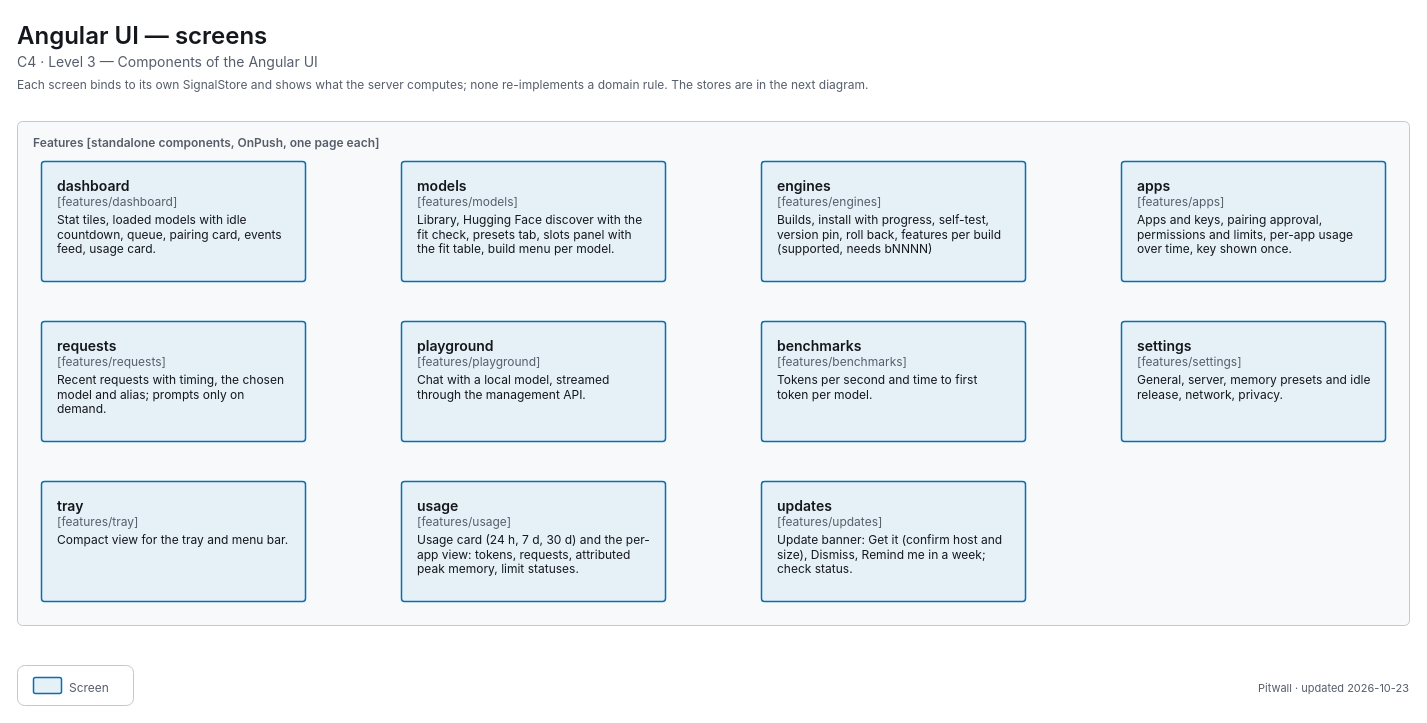
decryp7/paddock keeps this draw.io diagram as apps/pitwall/docs/diagrams/c4-3-ui-features.drawio. Above is the earlier version. Source tidied: cells renumbered, new cells numbered last; positions are measured from the earlier drawing's top-left corner, leaving out a move shared by most shapes. Both pictures are drawn from the tidied source at 100%, with x=0, y=0 at pixel (17, 17).
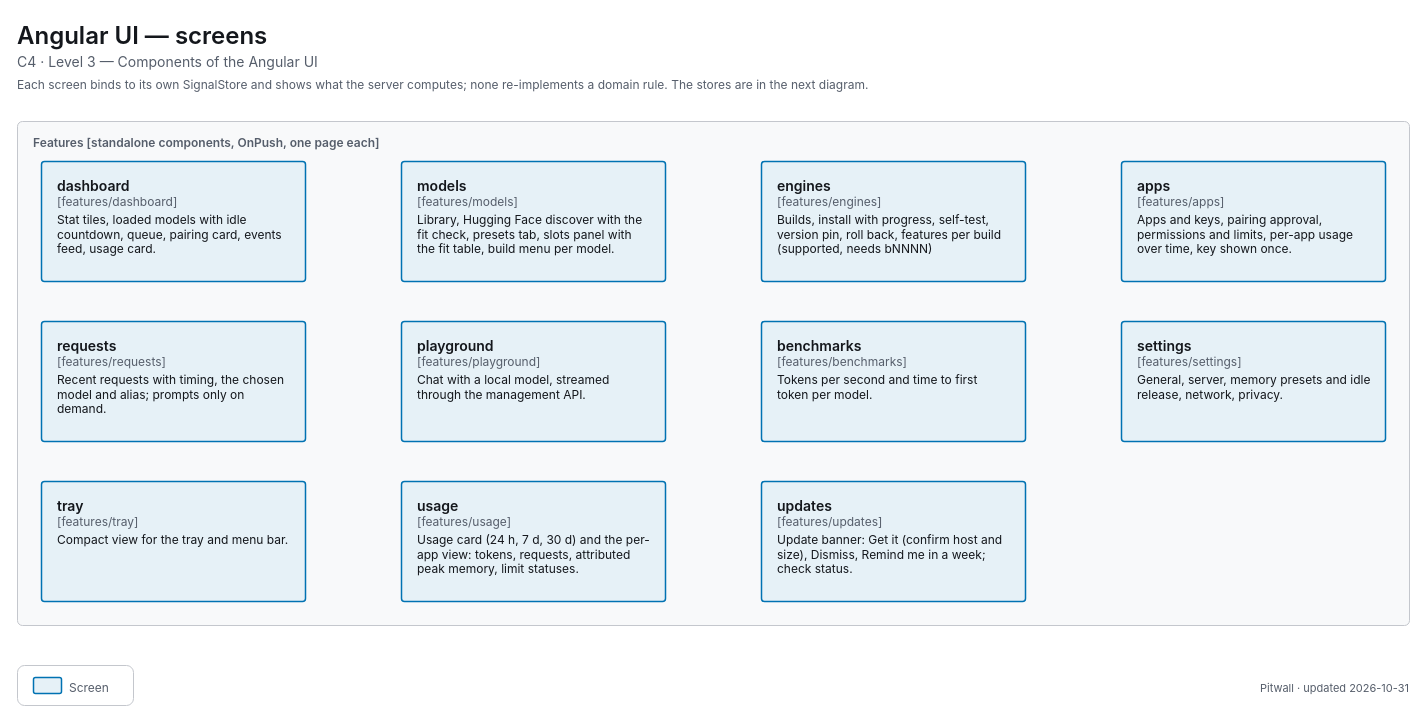
After the change.

The edit, as a diff of the source:
```diff
@@
-    <mxCell id="20" value="&lt;span style=&quot;font-size:11px;font-weight:400&quot;&gt;Pitwall · updated 2026-10-23&lt;/span&gt;" style="html=1;whiteSpace=wrap;fontFamily=-apple-system,BlinkMacSystemFont,Segoe UI,system-ui,sans-serif;fontSize=12;fontColor=light-dark(#14171C,#ECEEF1);text;strokeColor=none;fillColor=none;align=right;verticalAlign=top;spacing=0;fontColor=light-dark(#565E6B,#A0A7B2);" parent="1" vertex="1">
+    <mxCell id="20" value="&lt;span style=&quot;font-size:11px;font-weight:400&quot;&gt;Pitwall · updated 2026-10-31&lt;/span&gt;" style="html=1;whiteSpace=wrap;fontFamily=-apple-system,BlinkMacSystemFont,Segoe UI,system-ui,sans-serif;fontSize=12;fontColor=light-dark(#14171C,#ECEEF1);text;strokeColor=none;fillColor=none;align=right;verticalAlign=top;spacing=0;fontColor=light-dark(#565E6B,#A0A7B2);" parent="1" vertex="1">
       <mxGeometry x="1032" y="659" width="360" height="18" as="geometry" />
     </mxCell>
```
